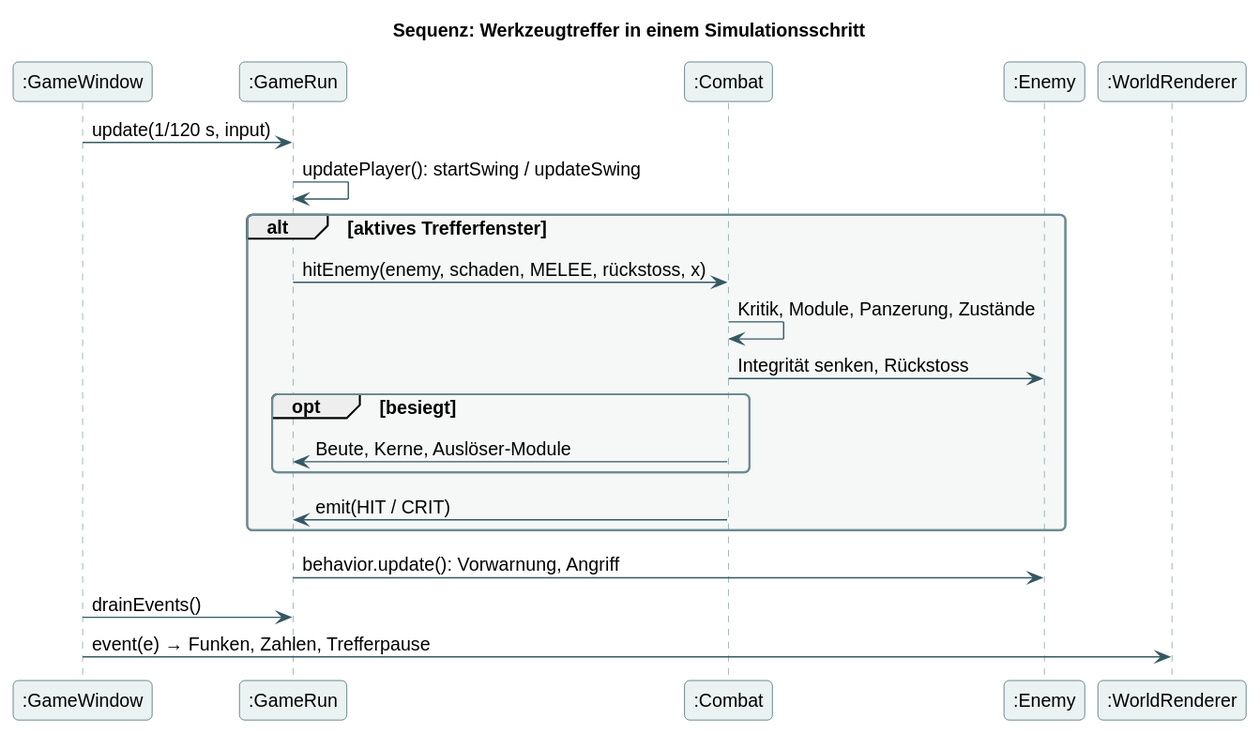
bassdav2/abyss keeps this PlantUML diagram as docs/diagrams/07-combat-sequence.svg. Above is the earlier version. Its diagram source:
```plantuml
@startuml
skinparam backgroundColor #FFFFFF
skinparam defaultFontName Arial
skinparam defaultFontSize 14
skinparam shadowing false
skinparam roundcorner 8
skinparam ArrowColor #355863
skinparam classBackgroundColor #EAF3F2
skinparam classBorderColor #355863
skinparam participantBackgroundColor #EAF3F2
skinparam participantBorderColor #355863
skinparam sequenceLifeLineBorderColor #7A979C
skinparam noteBackgroundColor #FFF2DA
skinparam noteBorderColor #D8AA64
skinparam packageBackgroundColor #F5F8F7
skinparam packageBorderColor #6E8B91
skinparam stateBackgroundColor #EAF3F2
skinparam stateBorderColor #355863
hide empty members
title Sequenz: Werkzeugtreffer in einem Simulationsschritt
participant ":GameWindow" as W
participant ":GameRun" as R
participant ":Combat" as C
participant ":Enemy" as E
participant ":WorldRenderer" as V
W -> R : update(1/120 s, input)
R -> R : updatePlayer(): startSwing / updateSwing
alt aktives Trefferfenster
 R -> C : hitEnemy(enemy, schaden, MELEE, rückstoss, x)
 C -> C : Kritik, Module, Panzerung, Zustände
 C -> E : Integrität senken, Rückstoss
 opt besiegt
  C -> R : Beute, Kerne, Auslöser-Module
 end
 C -> R : emit(HIT / CRIT)
end
R -> E : behavior.update(): Vorwarnung, Angriff
W -> R : drainEvents()
W -> V : event(e) → Funken, Zahlen, Trefferpause
@enduml
```
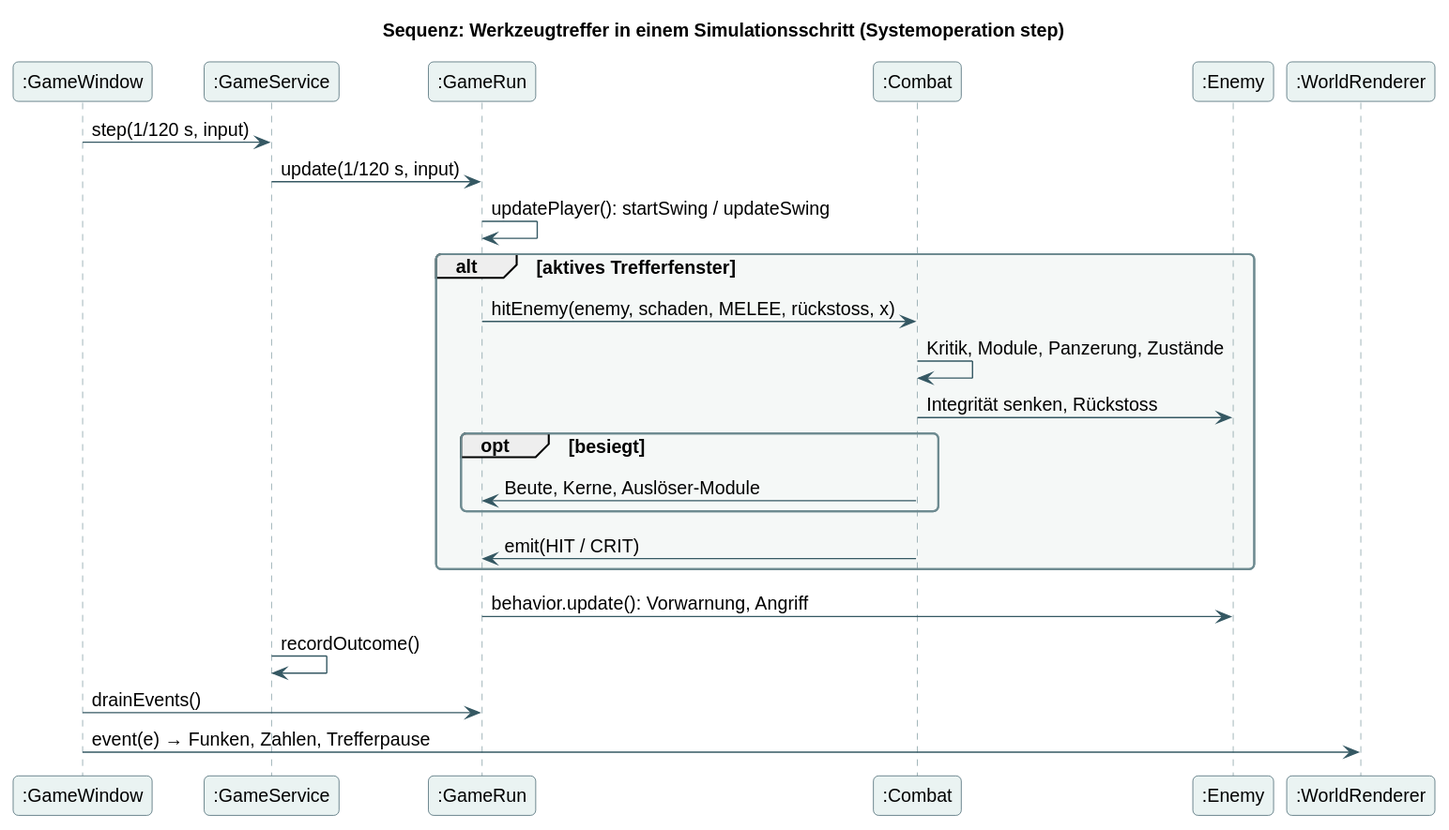
The same diagram one commit later.

What changed in the source:
```diff
@@ -17,13 +17,15 @@
 skinparam stateBackgroundColor #EAF3F2
 skinparam stateBorderColor #355863
 hide empty members
-title Sequenz: Werkzeugtreffer in einem Simulationsschritt
+title Sequenz: Werkzeugtreffer in einem Simulationsschritt (Systemoperation step)
 participant ":GameWindow" as W
+participant ":GameService" as S
 participant ":GameRun" as R
 participant ":Combat" as C
 participant ":Enemy" as E
 participant ":WorldRenderer" as V
-W -> R : update(1/120 s, input)
+W -> S : step(1/120 s, input)
+S -> R : update(1/120 s, input)
 R -> R : updatePlayer(): startSwing / updateSwing
 alt aktives Trefferfenster
  R -> C : hitEnemy(enemy, schaden, MELEE, rückstoss, x)
@@ -35,6 +37,7 @@
  C -> R : emit(HIT / CRIT)
 end
 R -> E : behavior.update(): Vorwarnung, Angriff
+S -> S : recordOutcome()
 W -> R : drainEvents()
 W -> V : event(e) → Funken, Zahlen, Trefferpause
 @enduml
```
